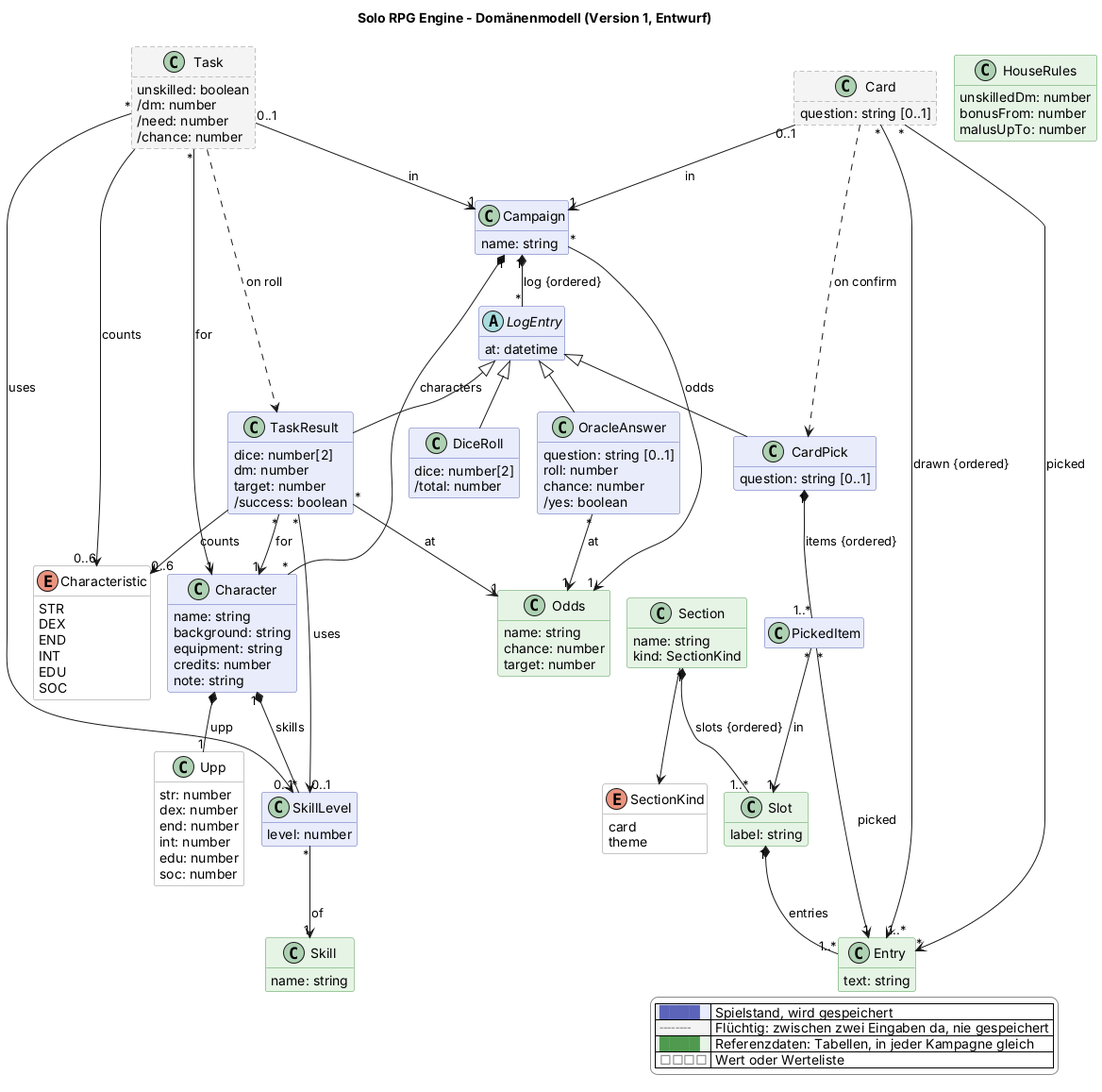
This is docs/domain-model.png from scuzzar/SRE, a PlantUML export, as it was before one commit. The source it was exported from:
```plantuml
@startuml
!pragma layout smetana
title Solo RPG Engine - Domänenmodell (Version 1, Entwurf)
hide empty members
hide methods
skinparam classAttributeIconSize 0
skinparam shadowing false
skinparam packageStyle rectangle
skinparam class {
  BackgroundColor #e8ecfb
  BorderColor #5b64b8
  BackgroundColor<<transient>> #f4f4f4
  BorderColor<<transient>> #8a8a8a
  BackgroundColor<<reference>> #e6f4e6
  BorderColor<<reference>> #4f9a4f
  BackgroundColor<<value>> #ffffff
  BorderColor<<value>> #8a8a8a
}
skinparam legendBackgroundColor #ffffff
skinparam legendBorderColor #8a8a8a
<style>
classDiagram {
  class {
    .transient {
      LineStyle 5-3
    }
  }
}
</style>
hide <<transient>> stereotype
hide <<reference>> stereotype
hide <<value>> stereotype

  class Campaign {
    name: string
  }
  class Character {
    name: string
    background: string
    equipment: string
    credits: number
    note: string
  }
  class Upp <<value>> {
    str: number
    dex: number
    end: number
    int: number
    edu: number
    soc: number
  }
  class SkillLevel {
    level: number
  }

  abstract class LogEntry {
    at: datetime
  }
  class OracleAnswer {
    question: string [0..1]
    roll: number
    chance: number
    /yes: boolean
  }
  class DiceRoll {
    dice: number[2]
    /total: number
  }
  class CardPick {
    question: string [0..1]
  }
  class PickedItem

  class Card <<transient>> {
    question: string [0..1]
  }
  class Task <<transient>> {
    unskilled: boolean
    /dm: number
    /need: number
    /chance: number
  }
  class TaskResult {
    dice: number[2]
    dm: number
    target: number
    /success: boolean
  }

  class Odds <<reference>> {
    name: string
    chance: number
    target: number
  }
  class HouseRules <<reference>> {
    unskilledDm: number
    bonusFrom: number
    malusUpTo: number
  }
  class Skill <<reference>> {
    name: string
  }
  class Section <<reference>> {
    name: string
    kind: SectionKind
  }
  class Slot <<reference>> {
    label: string
  }
  class Entry <<reference>> {
    text: string
  }
  enum SectionKind <<value>> {
    card
    theme
  }
  enum Characteristic <<value>> {
    STR
    DEX
    END
    INT
    EDU
    SOC
  }

Campaign "1" *-- "*" Character : characters
Campaign "*" --> "1" Odds : odds
Campaign "1" *-- "*" LogEntry : log {ordered}

Character "1" *-- "1" Upp : upp
Character "1" *-- "*" SkillLevel : skills
SkillLevel "*" --> "1" Skill : of

LogEntry <|-- OracleAnswer
LogEntry <|-- DiceRoll
LogEntry <|-- CardPick
LogEntry <|-- TaskResult
CardPick "1" *-- "1..*" PickedItem : items {ordered}
OracleAnswer "*" --> "1" Odds : at
TaskResult "*" --> "1" Character : for
TaskResult "*" --> "0..1" SkillLevel : uses
TaskResult --> "0..6" Characteristic : counts
TaskResult "*" --> "1" Odds : at

Task "0..1" --> "1" Campaign : in
Task "*" --> "1" Character : for
Task "*" --> "0..1" SkillLevel : uses
Task --> "0..6" Characteristic : counts
Task ..> TaskResult : on roll

Card "0..1" --> "1" Campaign : in
Card "*" --> "1..*" Entry : drawn {ordered}
Card "*" --> "*" Entry : picked
Card ..> CardPick : on confirm
PickedItem "*" --> "1" Slot : in
PickedItem "*" --> "1" Entry : picked
Section "1" *-- "1..*" Slot : slots {ordered}
Section --> SectionKind
Slot "1" *-- "1..*" Entry : entries


legend right
  |<#e8ecfb> <color:#5b64b8>████</color> | Spielstand, wird gespeichert |
  |<#f4f4f4> <color:#8a8a8a>╌╌╌╌</color> | Flüchtig: zwischen zwei Eingaben da, nie gespeichert |
  |<#e6f4e6> <color:#4f9a4f>████</color> | Referenzdaten: Tabellen, in jeder Kampagne gleich |
  |<#ffffff> <color:#8a8a8a>□□□□</color> | Wert oder Werteliste |
endlegend
@enduml
```
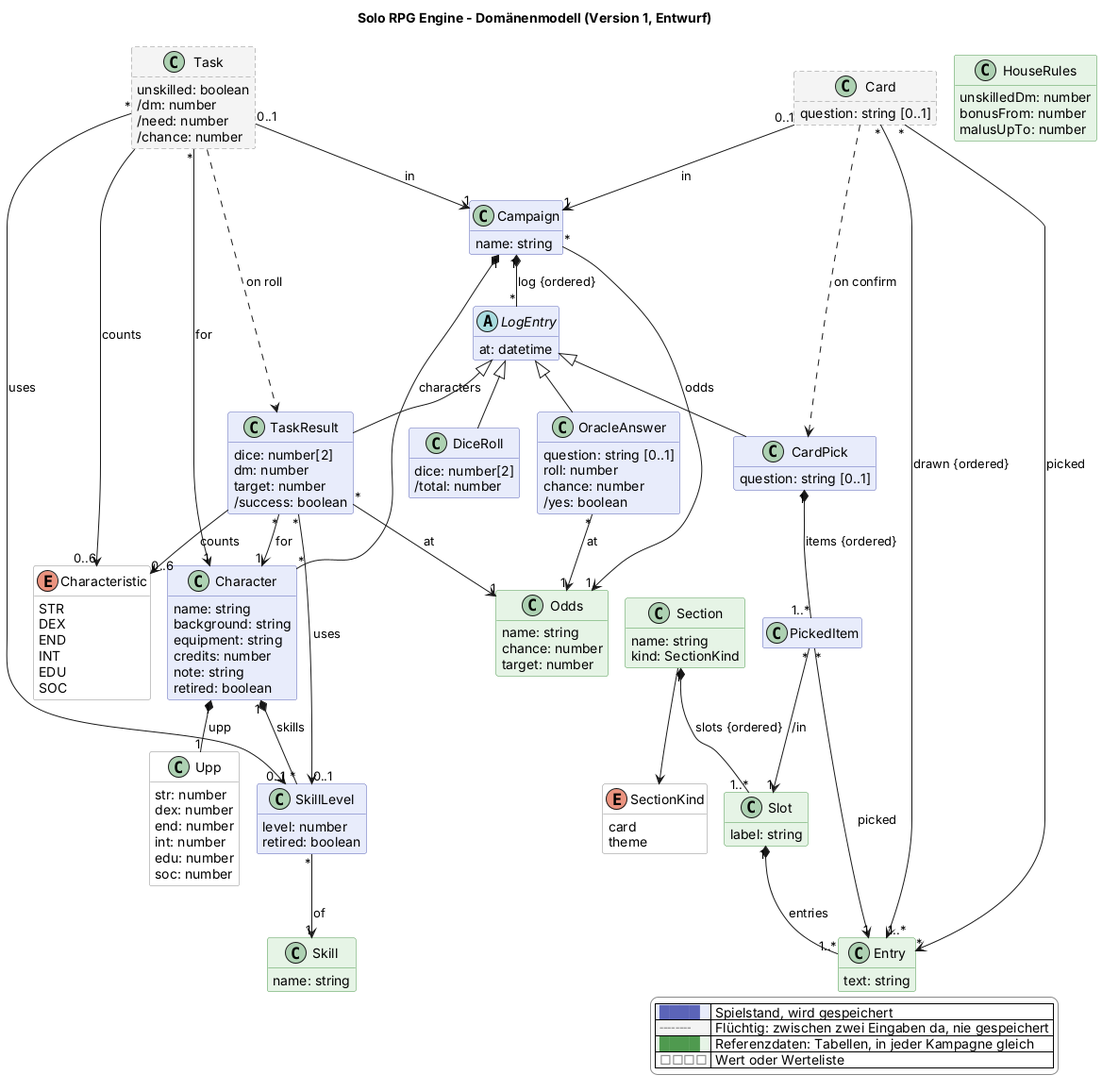
The same diagram one commit later.

What changed in the source:
```diff
@@ -40,6 +40,7 @@
     equipment: string
     credits: number
     note: string
+    retired: boolean
   }
   class Upp <<value>> {
     str: number
@@ -51,6 +52,7 @@
   }
   class SkillLevel {
     level: number
+    retired: boolean
   }
 
   abstract class LogEntry {
@@ -152,7 +154,7 @@
 Card "*" --> "1..*" Entry : drawn {ordered}
 Card "*" --> "*" Entry : picked
 Card ..> CardPick : on confirm
-PickedItem "*" --> "1" Slot : in
+PickedItem "*" --> "1" Slot : /in
 PickedItem "*" --> "1" Entry : picked
 Section "1" *-- "1..*" Slot : slots {ordered}
 Section --> SectionKind
```
